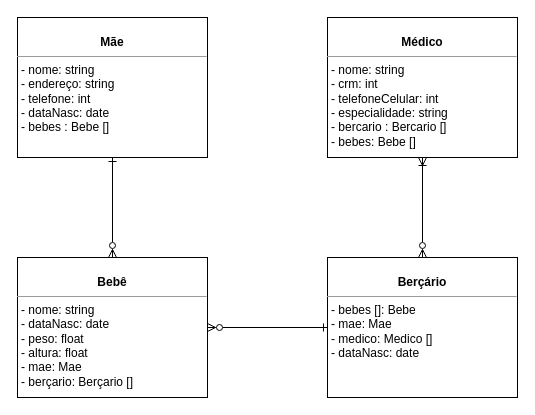
Above: diagramabercario.drawio in cleyvv/bercario (draw.io), before the change. Source tidied: cells renumbered, new cells numbered last; positions are measured from the earlier drawing's top-left corner, leaving out a move shared by most shapes. Both pictures are drawn from the tidied source at 100%, with x=0, y=0 at pixel (17, 17).
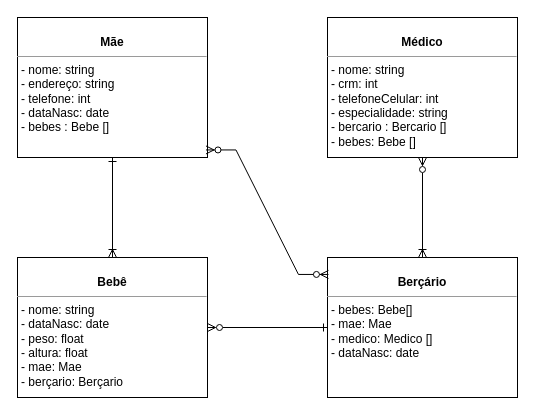
After the change.

The edit, as a diff of the source:
```diff
@@
 <mxGraphModel>
   <root>
     <mxCell id="0" />
     <mxCell id="1" parent="0" />
-    <mxCell id="2" style="edgeStyle=orthogonalEdgeStyle;rounded=0;jettySize=auto;html=1;endArrow=ERzeroToMany;endFill=0;startArrow=ERoneToMany;startFill=0;" parent="1" edge="1" source="3" target="8">
+    <mxCell id="2" style="edgeStyle=orthogonalEdgeStyle;rounded=0;jettySize=auto;html=1;endArrow=ERoneToMany;endFill=0;startArrow=ERzeroToMany;startFill=0;" parent="1" edge="1" source="3" target="8">
       <mxGeometry relative="1" as="geometry" />
     </mxCell>
     <mxCell id="3" value="&lt;p style=&quot;margin:0px;margin-top:4px;text-align:center;&quot;&gt;&lt;br&gt;&lt;b&gt;Médico&lt;/b&gt;&lt;/p&gt;&lt;hr size=&quot;1&quot;&gt;&lt;p style=&quot;margin:0px;margin-left:4px;&quot;&gt;- nome: string&lt;br&gt;- crm: int&lt;/p&gt;&lt;p style=&quot;margin:0px;margin-left:4px;&quot;&gt;- telefoneCelular: int&lt;/p&gt;&lt;p style=&quot;margin:0px;margin-left:4px;&quot;&gt;- especialidade: string&lt;/p&gt;&lt;p style=&quot;margin:0px;margin-left:4px;&quot;&gt;- bercario : Bercario []&lt;/p&gt;&lt;p style=&quot;margin:0px;margin-left:4px;&quot;&gt;- bebes: Bebe []&lt;/p&gt;&lt;p style=&quot;margin:0px;margin-left:4px;&quot;&gt;&lt;br&gt;&lt;/p&gt;" style="verticalAlign=top;align=left;overflow=fill;fontSize=12;fontFamily=Helvetica;html=1;rounded=0;shadow=0;comic=0;labelBackgroundColor=none;strokeWidth=1;" parent="1" vertex="1">
       <mxGeometry x="310" width="190" height="140" as="geometry" />
     </mxCell>
-    <mxCell id="4" style="edgeStyle=orthogonalEdgeStyle;rounded=0;jettySize=auto;html=1;endArrow=ERzeroToMany;endFill=0;startArrow=ERone;startFill=0;" parent="1" edge="1" source="5" target="7">
+    <mxCell id="4" style="edgeStyle=orthogonalEdgeStyle;rounded=0;jettySize=auto;html=1;endArrow=ERoneToMany;endFill=0;startArrow=ERone;startFill=0;" parent="1" edge="1" source="5" target="7">
       <mxGeometry relative="1" as="geometry" />
     </mxCell>
     <mxCell id="5" value="&lt;p style=&quot;margin:0px;margin-top:4px;text-align:center;&quot;&gt;&lt;br&gt;&lt;b&gt;Mãe&lt;/b&gt;&lt;/p&gt;&lt;hr size=&quot;1&quot;&gt;&lt;p style=&quot;margin:0px;margin-left:4px;&quot;&gt;- nome: string&lt;br&gt;- endereço: string&lt;/p&gt;&lt;p style=&quot;margin:0px;margin-left:4px;&quot;&gt;- telefone: int&lt;/p&gt;&lt;p style=&quot;margin:0px;margin-left:4px;&quot;&gt;- dataNasc: date&lt;/p&gt;&lt;p style=&quot;margin:0px;margin-left:4px;&quot;&gt;- bebes : Bebe []&lt;/p&gt;" style="verticalAlign=top;align=left;overflow=fill;fontSize=12;fontFamily=Helvetica;html=1;rounded=0;shadow=0;comic=0;labelBackgroundColor=none;strokeWidth=1;" parent="1" vertex="1">
       <mxGeometry width="190" height="140" as="geometry" />
     </mxCell>
     <mxCell id="6" style="edgeStyle=orthogonalEdgeStyle;rounded=0;jettySize=auto;html=1;endArrow=ERone;endFill=0;startArrow=ERzeroToMany;startFill=0;" parent="1" edge="1" source="7" target="8">
       <mxGeometry relative="1" as="geometry" />
     </mxCell>
-    <mxCell id="7" value="&lt;p style=&quot;margin:0px;margin-top:4px;text-align:center;&quot;&gt;&lt;br&gt;&lt;b&gt;Bebê&lt;/b&gt;&lt;/p&gt;&lt;hr size=&quot;1&quot;&gt;&lt;p style=&quot;margin:0px;margin-left:4px;&quot;&gt;- nome: string&lt;br&gt;- dataNasc: date&lt;/p&gt;&lt;p style=&quot;margin:0px;margin-left:4px;&quot;&gt;- peso: float&lt;/p&gt;&lt;p style=&quot;margin:0px;margin-left:4px;&quot;&gt;- altura: float&lt;/p&gt;&lt;p style=&quot;margin:0px;margin-left:4px;&quot;&gt;- mae: Mae&lt;/p&gt;&lt;p style=&quot;margin:0px;margin-left:4px;&quot;&gt;- berçario: Berçario []&lt;/p&gt;" style="verticalAlign=top;align=left;overflow=fill;fontSize=12;fontFamily=Helvetica;html=1;rounded=0;shadow=0;comic=0;labelBackgroundColor=none;strokeWidth=1;" parent="1" vertex="1">
+    <mxCell id="7" value="&lt;p style=&quot;margin:0px;margin-top:4px;text-align:center;&quot;&gt;&lt;br&gt;&lt;b&gt;Bebê&lt;/b&gt;&lt;/p&gt;&lt;hr size=&quot;1&quot;&gt;&lt;p style=&quot;margin:0px;margin-left:4px;&quot;&gt;- nome: string&lt;br&gt;- dataNasc: date&lt;/p&gt;&lt;p style=&quot;margin:0px;margin-left:4px;&quot;&gt;- peso: float&lt;/p&gt;&lt;p style=&quot;margin:0px;margin-left:4px;&quot;&gt;- altura: float&lt;/p&gt;&lt;p style=&quot;margin:0px;margin-left:4px;&quot;&gt;- mae: Mae&lt;/p&gt;&lt;p style=&quot;margin:0px;margin-left:4px;&quot;&gt;- berçario: Berçario&lt;/p&gt;" style="verticalAlign=top;align=left;overflow=fill;fontSize=12;fontFamily=Helvetica;html=1;rounded=0;shadow=0;comic=0;labelBackgroundColor=none;strokeWidth=1;" parent="1" vertex="1">
       <mxGeometry y="240" width="190" height="140" as="geometry" />
     </mxCell>
-    <mxCell id="8" value="&lt;p style=&quot;margin:0px;margin-top:4px;text-align:center;&quot;&gt;&lt;br&gt;&lt;b&gt;Berçário&lt;/b&gt;&lt;br&gt;&lt;/p&gt;&lt;hr size=&quot;1&quot;&gt;&lt;p style=&quot;margin:0px;margin-left:4px;&quot;&gt;- bebes []: Bebe&lt;br&gt;- mae: Mae&lt;/p&gt;&lt;p style=&quot;margin:0px;margin-left:4px;&quot;&gt;- medico: Medico []&lt;/p&gt;&lt;p style=&quot;margin:0px;margin-left:4px;&quot;&gt;- dataNasc: date&lt;/p&gt;&lt;p style=&quot;margin:0px;margin-left:4px;&quot;&gt;&lt;br&gt;&lt;/p&gt;&lt;p style=&quot;margin:0px;margin-left:4px;&quot;&gt;&lt;br&gt;&lt;/p&gt;&lt;p style=&quot;margin:0px;margin-left:4px;&quot;&gt;&lt;br&gt;&lt;/p&gt;" style="verticalAlign=top;align=left;overflow=fill;fontSize=12;fontFamily=Helvetica;html=1;rounded=0;shadow=0;comic=0;labelBackgroundColor=none;strokeWidth=1;" parent="1" vertex="1">
+    <mxCell id="8" value="&lt;p style=&quot;margin:0px;margin-top:4px;text-align:center;&quot;&gt;&lt;br&gt;&lt;b&gt;Berçário&lt;/b&gt;&lt;br&gt;&lt;/p&gt;&lt;hr size=&quot;1&quot;&gt;&lt;p style=&quot;margin:0px;margin-left:4px;&quot;&gt;- bebes: Bebe[]&lt;br&gt;- mae: Mae&lt;/p&gt;&lt;p style=&quot;margin:0px;margin-left:4px;&quot;&gt;- medico: Medico []&lt;/p&gt;&lt;p style=&quot;margin:0px;margin-left:4px;&quot;&gt;- dataNasc: date&lt;/p&gt;&lt;p style=&quot;margin:0px;margin-left:4px;&quot;&gt;&lt;br&gt;&lt;/p&gt;&lt;p style=&quot;margin:0px;margin-left:4px;&quot;&gt;&lt;br&gt;&lt;/p&gt;&lt;p style=&quot;margin:0px;margin-left:4px;&quot;&gt;&lt;br&gt;&lt;/p&gt;" style="verticalAlign=top;align=left;overflow=fill;fontSize=12;fontFamily=Helvetica;html=1;rounded=0;shadow=0;comic=0;labelBackgroundColor=none;strokeWidth=1;" parent="1" vertex="1">
       <mxGeometry x="310" y="240" width="190" height="140" as="geometry" />
     </mxCell>
+    <mxCell id="9" style="edgeStyle=entityRelationEdgeStyle;fontSize=12;html=1;endArrow=ERzeroToMany;endFill=1;startArrow=ERzeroToMany;rounded=0;entryX=0.992;entryY=0.946;entryDx=0;entryDy=0;entryPerimeter=0;exitX=0.005;exitY=0.121;exitDx=0;exitDy=0;exitPerimeter=0;" parent="1" edge="1" source="8" target="5">
+      <mxGeometry relative="1" as="geometry">
+        <Array as="points">
+          <mxPoint x="279.4" y="162.5" />
+        </Array>
+      </mxGeometry>
+    </mxCell>
   </root>
 </mxGraphModel>
```
